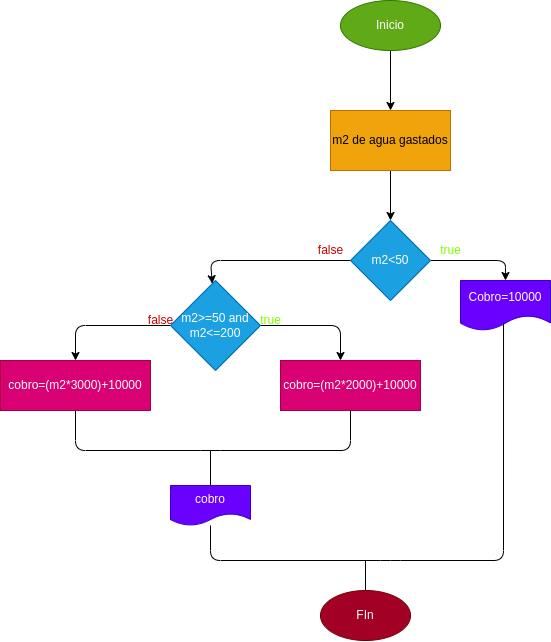
Above: ejercicio5/diagrama.png in Paugs09/estructuras_condicionales (draw.io), before the change. Source tidied: cells renumbered, new cells last; positions are measured from the earlier drawing's top-left corner, leaving out a move shared by most shapes. The source it was exported from:
```xml
<mxGraphModel>
  <root>
    <mxCell id="0" />
    <mxCell id="1" parent="0" />
    <mxCell id="2" style="edgeStyle=none;html=1;" parent="1" edge="1" source="3" target="5">
      <mxGeometry relative="1" as="geometry" />
    </mxCell>
    <mxCell id="3" value="Inicio" style="ellipse;whiteSpace=wrap;html=1;fillColor=#60a917;fontColor=#ffffff;strokeColor=#2D7600;" parent="1" vertex="1">
      <mxGeometry x="340" width="100" height="50" as="geometry" />
    </mxCell>
    <mxCell id="4" style="edgeStyle=none;html=1;" parent="1" edge="1" source="5" target="8">
      <mxGeometry relative="1" as="geometry" />
    </mxCell>
    <mxCell id="5" value="m2 de agua gastados" style="whiteSpace=wrap;html=1;fillColor=#f0a30a;fontColor=#000000;strokeColor=#BD7000;" parent="1" vertex="1">
      <mxGeometry x="330" y="110" width="120" height="60" as="geometry" />
    </mxCell>
    <mxCell id="6" style="edgeStyle=none;html=1;" parent="1" edge="1" source="8" target="9">
      <mxGeometry relative="1" as="geometry">
        <Array as="points">
          <mxPoint x="505" y="260" />
        </Array>
      </mxGeometry>
    </mxCell>
    <mxCell id="7" style="edgeStyle=none;html=1;startArrow=none;startFill=0;endArrow=classic;endFill=1;" parent="1" edge="1" source="8" target="12">
      <mxGeometry relative="1" as="geometry">
        <Array as="points">
          <mxPoint x="210" y="260" />
        </Array>
      </mxGeometry>
    </mxCell>
    <mxCell id="8" value="m2&amp;lt;50" style="rhombus;whiteSpace=wrap;html=1;fillColor=#1ba1e2;strokeColor=#006EAF;fontColor=#ffffff;" parent="1" vertex="1">
      <mxGeometry x="350" y="220" width="80" height="80" as="geometry" />
    </mxCell>
    <mxCell id="9" value="Cobro=10000" style="shape=document;whiteSpace=wrap;html=1;boundedLbl=1;fillColor=#6a00ff;fontColor=#ffffff;strokeColor=#3700CC;" parent="1" vertex="1">
      <mxGeometry x="460" y="280" width="90" height="50" as="geometry" />
    </mxCell>
    <mxCell id="10" style="edgeStyle=none;html=1;startArrow=none;startFill=0;endArrow=classic;endFill=1;" parent="1" edge="1" source="12">
      <mxGeometry relative="1" as="geometry">
        <mxPoint x="340" y="360" as="targetPoint" />
        <Array as="points">
          <mxPoint x="340" y="325" />
        </Array>
      </mxGeometry>
    </mxCell>
    <mxCell id="11" style="edgeStyle=none;html=1;startArrow=none;startFill=0;endArrow=classic;endFill=1;" parent="1" edge="1" source="12" target="15">
      <mxGeometry relative="1" as="geometry">
        <Array as="points">
          <mxPoint x="75" y="325" />
        </Array>
      </mxGeometry>
    </mxCell>
    <mxCell id="12" value="m2&amp;gt;=50 and m2&amp;lt;=200" style="rhombus;whiteSpace=wrap;html=1;fillColor=#1ba1e2;fontColor=#ffffff;strokeColor=#006EAF;" parent="1" vertex="1">
      <mxGeometry x="170" y="280" width="90" height="90" as="geometry" />
    </mxCell>
    <mxCell id="13" value="cobro=(m2*2000)+10000" style="whiteSpace=wrap;html=1;fillColor=#d80073;fontColor=#ffffff;strokeColor=#A50040;" parent="1" vertex="1">
      <mxGeometry x="280" y="360" width="140" height="50" as="geometry" />
    </mxCell>
    <mxCell id="14" style="edgeStyle=none;html=1;startArrow=none;startFill=0;endArrow=none;endFill=0;" parent="1" edge="1" source="15" target="13">
      <mxGeometry relative="1" as="geometry">
        <Array as="points">
          <mxPoint x="75" y="450" />
          <mxPoint x="210" y="450" />
          <mxPoint x="350" y="450" />
        </Array>
      </mxGeometry>
    </mxCell>
    <mxCell id="15" value="cobro=(m2*3000)+10000" style="whiteSpace=wrap;html=1;fillColor=#d80073;fontColor=#ffffff;strokeColor=#A50040;" parent="1" vertex="1">
      <mxGeometry y="360" width="150" height="50" as="geometry" />
    </mxCell>
    <mxCell id="16" style="edgeStyle=none;html=1;startArrow=none;startFill=0;endArrow=none;endFill=0;" parent="1" edge="1" source="17">
      <mxGeometry relative="1" as="geometry">
        <mxPoint x="365" y="560" as="targetPoint" />
      </mxGeometry>
    </mxCell>
    <mxCell id="17" value="FIn" style="ellipse;whiteSpace=wrap;html=1;fillColor=#a20025;fontColor=#ffffff;strokeColor=#6F0000;" parent="1" vertex="1">
      <mxGeometry x="320" y="590" width="90" height="50" as="geometry" />
    </mxCell>
    <mxCell id="18" style="edgeStyle=none;html=1;startArrow=none;startFill=0;endArrow=none;endFill=0;" parent="1" edge="1" source="20">
      <mxGeometry relative="1" as="geometry">
        <mxPoint x="210" y="450" as="targetPoint" />
      </mxGeometry>
    </mxCell>
    <mxCell id="19" style="edgeStyle=none;html=1;entryX=0.478;entryY=0.863;entryDx=0;entryDy=0;entryPerimeter=0;startArrow=none;startFill=0;endArrow=none;endFill=0;" parent="1" edge="1" source="20" target="9">
      <mxGeometry relative="1" as="geometry">
        <Array as="points">
          <mxPoint x="210" y="560" />
          <mxPoint x="390" y="560" />
          <mxPoint x="503" y="560" />
        </Array>
      </mxGeometry>
    </mxCell>
    <mxCell id="20" value="cobro" style="shape=document;whiteSpace=wrap;html=1;boundedLbl=1;fillColor=#6a00ff;fontColor=#ffffff;strokeColor=#3700CC;" parent="1" vertex="1">
      <mxGeometry x="170" y="485" width="80" height="40" as="geometry" />
    </mxCell>
    <mxCell id="21" value="true" style="text;html=1;align=center;verticalAlign=middle;fontColor=#80FF00;" parent="1" vertex="1">
      <mxGeometry x="430" y="240" width="40" height="20" as="geometry" />
    </mxCell>
    <mxCell id="22" value="true" style="text;html=1;align=center;verticalAlign=middle;fontColor=#80FF00;" parent="1" vertex="1">
      <mxGeometry x="250" y="310" width="40" height="20" as="geometry" />
    </mxCell>
    <mxCell id="23" value="false" style="text;html=1;align=center;verticalAlign=middle;fontColor=#CC0000;" parent="1" vertex="1">
      <mxGeometry x="310" y="240" width="40" height="20" as="geometry" />
    </mxCell>
    <mxCell id="24" value="false" style="text;html=1;align=center;verticalAlign=middle;fontColor=#CC0000;" parent="1" vertex="1">
      <mxGeometry x="140" y="310" width="40" height="20" as="geometry" />
    </mxCell>
  </root>
</mxGraphModel>
```
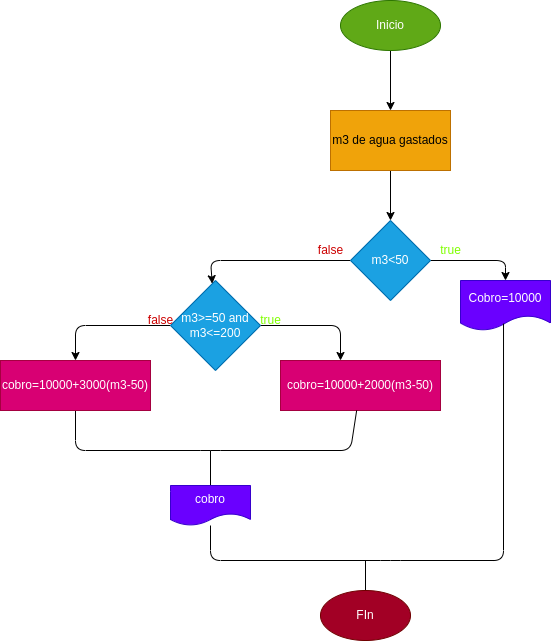
The same file after the commit.

Change to the diagram source:
```diff
@@ -11,7 +11,7 @@
     <mxCell id="4" style="edgeStyle=none;html=1;" parent="1" edge="1" source="5" target="8">
       <mxGeometry relative="1" as="geometry" />
     </mxCell>
-    <mxCell id="5" value="m2 de agua gastados" style="whiteSpace=wrap;html=1;fillColor=#f0a30a;fontColor=#000000;strokeColor=#BD7000;" parent="1" vertex="1">
+    <mxCell id="5" value="m3 de agua gastados" style="whiteSpace=wrap;html=1;fillColor=#f0a30a;fontColor=#000000;strokeColor=#BD7000;" parent="1" vertex="1">
       <mxGeometry x="330" y="110" width="120" height="60" as="geometry" />
     </mxCell>
     <mxCell id="6" style="edgeStyle=none;html=1;" parent="1" edge="1" source="8" target="9">
@@ -28,7 +28,7 @@
         </Array>
       </mxGeometry>
     </mxCell>
-    <mxCell id="8" value="m2&amp;lt;50" style="rhombus;whiteSpace=wrap;html=1;fillColor=#1ba1e2;strokeColor=#006EAF;fontColor=#ffffff;" parent="1" vertex="1">
+    <mxCell id="8" value="m3&amp;lt;50" style="rhombus;whiteSpace=wrap;html=1;fillColor=#1ba1e2;strokeColor=#006EAF;fontColor=#ffffff;" parent="1" vertex="1">
       <mxGeometry x="350" y="220" width="80" height="80" as="geometry" />
     </mxCell>
     <mxCell id="9" value="Cobro=10000" style="shape=document;whiteSpace=wrap;html=1;boundedLbl=1;fillColor=#6a00ff;fontColor=#ffffff;strokeColor=#3700CC;" parent="1" vertex="1">
@@ -49,11 +49,11 @@
         </Array>
       </mxGeometry>
     </mxCell>
-    <mxCell id="12" value="m2&amp;gt;=50 and m2&amp;lt;=200" style="rhombus;whiteSpace=wrap;html=1;fillColor=#1ba1e2;fontColor=#ffffff;strokeColor=#006EAF;" parent="1" vertex="1">
+    <mxCell id="12" value="m3&amp;gt;=50 and m3&amp;lt;=200" style="rhombus;whiteSpace=wrap;html=1;fillColor=#1ba1e2;fontColor=#ffffff;strokeColor=#006EAF;" parent="1" vertex="1">
       <mxGeometry x="170" y="280" width="90" height="90" as="geometry" />
     </mxCell>
-    <mxCell id="13" value="cobro=(m2*2000)+10000" style="whiteSpace=wrap;html=1;fillColor=#d80073;fontColor=#ffffff;strokeColor=#A50040;" parent="1" vertex="1">
-      <mxGeometry x="280" y="360" width="140" height="50" as="geometry" />
+    <mxCell id="13" value="cobro=10000+2000(m3-50)" style="whiteSpace=wrap;html=1;fillColor=#d80073;fontColor=#ffffff;strokeColor=#A50040;" parent="1" vertex="1">
+      <mxGeometry x="280" y="360" width="160" height="50" as="geometry" />
     </mxCell>
     <mxCell id="14" style="edgeStyle=none;html=1;startArrow=none;startFill=0;endArrow=none;endFill=0;" parent="1" edge="1" source="15" target="13">
       <mxGeometry relative="1" as="geometry">
@@ -64,7 +64,7 @@
         </Array>
       </mxGeometry>
     </mxCell>
-    <mxCell id="15" value="cobro=(m2*3000)+10000" style="whiteSpace=wrap;html=1;fillColor=#d80073;fontColor=#ffffff;strokeColor=#A50040;" parent="1" vertex="1">
+    <mxCell id="15" value="cobro=10000+3000(m3-50)" style="whiteSpace=wrap;html=1;fillColor=#d80073;fontColor=#ffffff;strokeColor=#A50040;" parent="1" vertex="1">
       <mxGeometry y="360" width="150" height="50" as="geometry" />
     </mxCell>
     <mxCell id="16" style="edgeStyle=none;html=1;startArrow=none;startFill=0;endArrow=none;endFill=0;" parent="1" edge="1" source="17">
```
